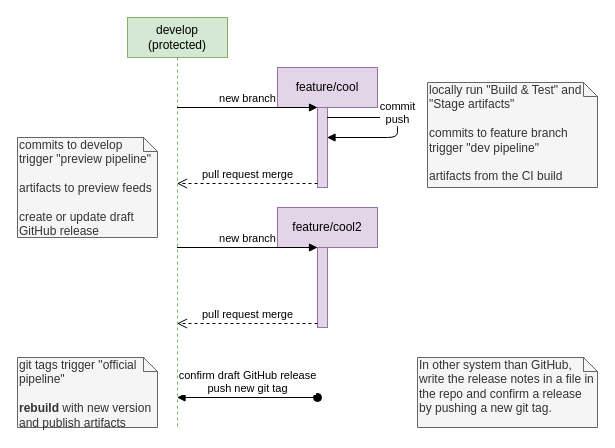
Earlier version of the draw.io diagram page "workflow" (1 of 3) of docs/guides/spec/Release process.drawio (pleonex/PleOps.Cake). Source tidied: cells renumbered, new cells numbered last; positions are measured from the earlier drawing's top-left corner, leaving out a move shared by most shapes. Both pictures are drawn from the tidied source at 100%, with x=0, y=0 at pixel (17, 17).
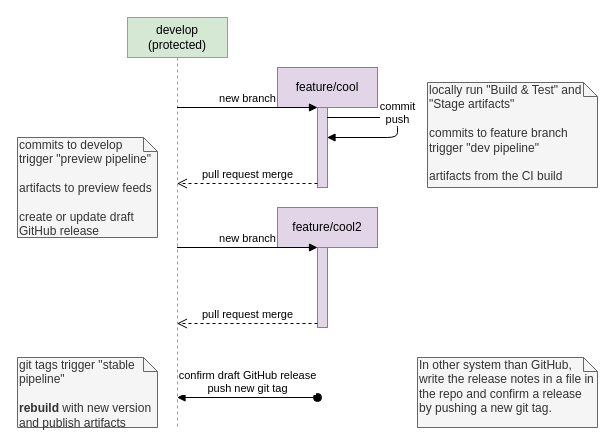
After the change.

Change to the diagram source:
```diff
@@
 <mxGraphModel>
   <root>
     <mxCell id="0" />
     <mxCell id="1" parent="0" />
     <mxCell id="2" value="develop&lt;br&gt;(protected)" style="shape=umlLifeline;perimeter=lifelinePerimeter;whiteSpace=wrap;html=1;outlineConnect=0;fillColor=#d5e8d4;strokeColor=#82b366;" parent="1" vertex="1">
       <mxGeometry x="110" width="100" height="410" as="geometry" />
     </mxCell>
     <mxCell id="3" value="feature/cool" style="shape=umlLifeline;perimeter=lifelinePerimeter;whiteSpace=wrap;html=1;outlineConnect=0;fillColor=#e1d5e7;strokeColor=#9673a6;" parent="1" vertex="1">
       <mxGeometry x="260" y="50" width="100" height="120" as="geometry" />
     </mxCell>
     <mxCell id="4" style="html=1;points=[];perimeter=orthogonalPerimeter;fillColor=#e1d5e7;strokeColor=#9673a6;" parent="3" vertex="1">
       <mxGeometry x="40" y="40" width="10" height="80" as="geometry" />
     </mxCell>
     <mxCell id="5" value="new branch" style="html=1;verticalAlign=bottom;endArrow=block;entryX=0;entryY=0;" parent="1" edge="1" source="2" target="4">
       <mxGeometry relative="1" as="geometry" />
     </mxCell>
     <mxCell id="6" value="pull request merge" style="html=1;verticalAlign=bottom;endArrow=open;dashed=1;endSize=8;exitX=0;exitY=0.95;" parent="1" edge="1" source="4" target="2">
       <mxGeometry relative="1" as="geometry" />
     </mxCell>
     <mxCell id="7" value="commit&lt;br&gt;push" style="html=1;verticalAlign=bottom;endArrow=block;" parent="1" edge="1" source="3" target="3">
       <mxGeometry relative="1" as="geometry" />
     </mxCell>
     <mxCell id="8" value="locally run &quot;Build &amp;amp; Test&quot; and &quot;Stage artifacts&quot;&lt;br&gt;&lt;br&gt;commits to feature branch trigger &quot;dev pipeline&quot;&lt;br&gt;&lt;br&gt;artifacts from the CI build" style="shape=note;whiteSpace=wrap;html=1;size=14;verticalAlign=top;align=left;spacingTop=-6;fillColor=#f5f5f5;strokeColor=#666666;fontColor=#333333;" parent="1" vertex="1">
       <mxGeometry x="410" y="65" width="170" height="105" as="geometry" />
     </mxCell>
     <mxCell id="9" value="commits to develop trigger &quot;preview pipeline&quot;&lt;br&gt;&lt;br&gt;artifacts to preview feeds&lt;br&gt;&lt;br&gt;create or update draft GitHub release" style="shape=note;whiteSpace=wrap;html=1;size=14;verticalAlign=top;align=left;spacingTop=-6;fillColor=#f5f5f5;strokeColor=#666666;fontColor=#333333;" parent="1" vertex="1">
       <mxGeometry y="120" width="140" height="100" as="geometry" />
     </mxCell>
     <mxCell id="10" value="confirm draft GitHub release&lt;br&gt;push new git tag" style="html=1;verticalAlign=bottom;startArrow=oval;startFill=1;endArrow=block;startSize=8;" parent="1" edge="1" target="2">
       <mxGeometry relative="1" as="geometry">
         <mxPoint x="300" y="380" as="sourcePoint" />
       </mxGeometry>
     </mxCell>
     <mxCell id="11" value="feature/cool2" style="shape=umlLifeline;perimeter=lifelinePerimeter;whiteSpace=wrap;html=1;fillColor=#e1d5e7;strokeColor=#9673a6;" parent="1" vertex="1">
       <mxGeometry x="260" y="190" width="100" height="120" as="geometry" />
     </mxCell>
     <mxCell id="12" style="html=1;points=[];perimeter=orthogonalPerimeter;fillColor=#e1d5e7;strokeColor=#9673a6;" parent="11" vertex="1">
       <mxGeometry x="40" y="40" width="10" height="80" as="geometry" />
     </mxCell>
     <mxCell id="13" value="pull request merge" style="html=1;verticalAlign=bottom;endArrow=open;dashed=1;endSize=8;exitX=0;exitY=0.95;" parent="1" edge="1" source="12" target="2">
       <mxGeometry relative="1" as="geometry" />
     </mxCell>
     <mxCell id="14" value="new branch" style="html=1;verticalAlign=bottom;endArrow=block;entryX=0;entryY=0;" parent="1" edge="1" source="2" target="12">
       <mxGeometry relative="1" as="geometry" />
     </mxCell>
-    <mxCell id="15" value="git tags trigger &quot;official pipeline&quot;&lt;br&gt;&lt;br&gt;&lt;b&gt;rebuild &lt;/b&gt;with new version and publish artifacts" style="shape=note;whiteSpace=wrap;html=1;size=14;verticalAlign=top;align=left;spacingTop=-6;fillColor=#f5f5f5;strokeColor=#666666;fontColor=#333333;" parent="1" vertex="1">
+    <mxCell id="15" value="git tags trigger &quot;stable pipeline&quot;&lt;br&gt;&lt;br&gt;&lt;b&gt;rebuild &lt;/b&gt;with new version and publish artifacts" style="shape=note;whiteSpace=wrap;html=1;size=14;verticalAlign=top;align=left;spacingTop=-6;fillColor=#f5f5f5;strokeColor=#666666;fontColor=#333333;" parent="1" vertex="1">
       <mxGeometry y="340" width="140" height="70" as="geometry" />
     </mxCell>
     <mxCell id="16" value="In other system than GitHub, write the release notes in a file in the repo and confirm a release by pushing a new git tag." style="shape=note;whiteSpace=wrap;html=1;size=14;verticalAlign=top;align=left;spacingTop=-6;fillColor=#f5f5f5;strokeColor=#666666;fontColor=#333333;" parent="1" vertex="1">
       <mxGeometry x="400" y="340" width="180" height="70" as="geometry" />
     </mxCell>
   </root>
 </mxGraphModel>
```
